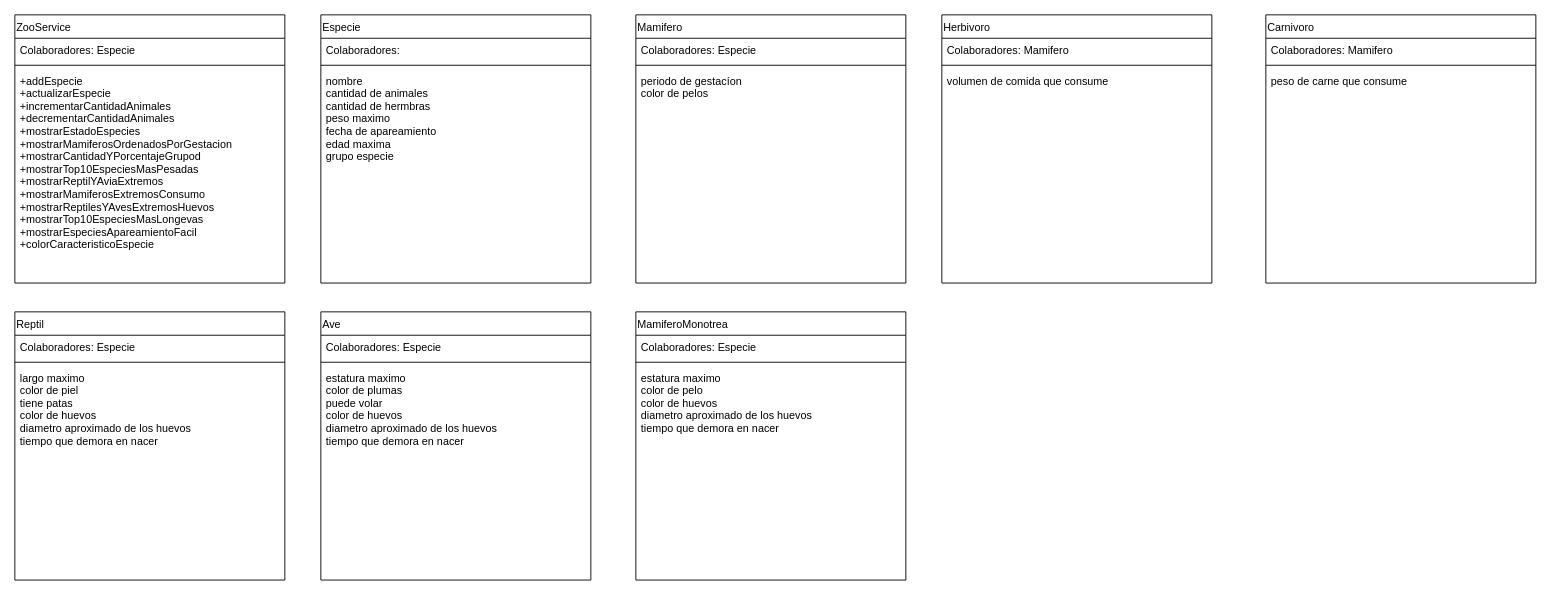
The draw.io diagram page "Página-2" (2 of 2) of UML.drawio in Spriggan03/Proyecto-CursoZoo-UML-y-CRC, before the edit. Source tidied: cells renumbered, new cells numbered last; positions are measured from the earlier drawing's top-left corner, leaving out a move shared by most shapes. Both pictures are drawn from the tidied source at 90%, with x=0, y=0 at pixel (14, 14).
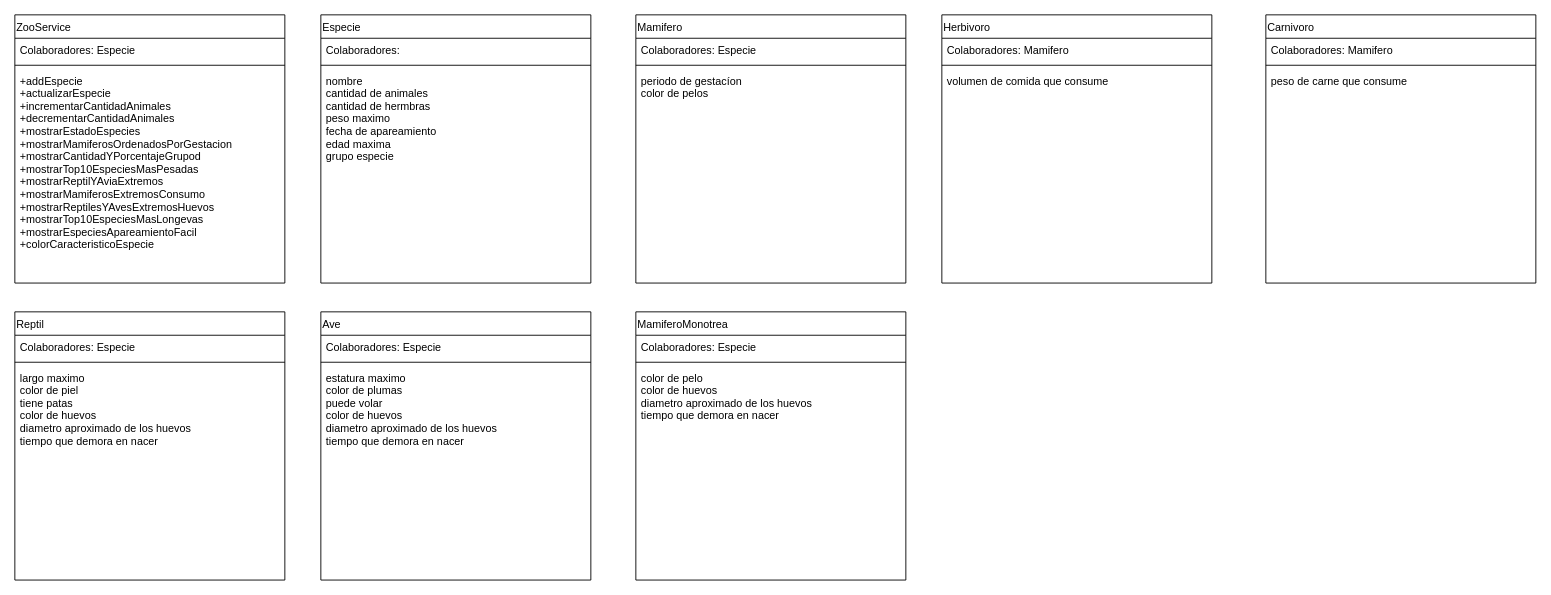
Above is the later version.

Unchanged cells that the change refers to:
```xml
<mxCell id="22" value="MamiferoMonotrea" style="swimlane;fontStyle=0;horizontal=1;startSize=26;fillColor=none;align=left;" parent="1" vertex="1">
  <mxGeometry x="690" y="330" width="300" height="298" as="geometry" />
</mxCell>
```

Change to the diagram source:
```diff
@@
-    <mxCell id="25" value="estatura maximo&#10;color de pelo&#10;color de huevos&#10;diametro aproximado de los huevos&#10;tiempo que demora en nacer" style="text;strokeColor=none;fillColor=none;align=left;verticalAlign=top;spacingLeft=4;spacingRight=4;overflow=hidden;" parent="22" vertex="1">
+    <mxCell id="25" value="color de pelo&#10;color de huevos&#10;diametro aproximado de los huevos&#10;tiempo que demora en nacer" style="text;strokeColor=none;fillColor=none;align=left;verticalAlign=top;spacingLeft=4;spacingRight=4;overflow=hidden;" parent="22" vertex="1">
       <mxGeometry y="60" width="300" height="238" as="geometry" />
     </mxCell>
```
